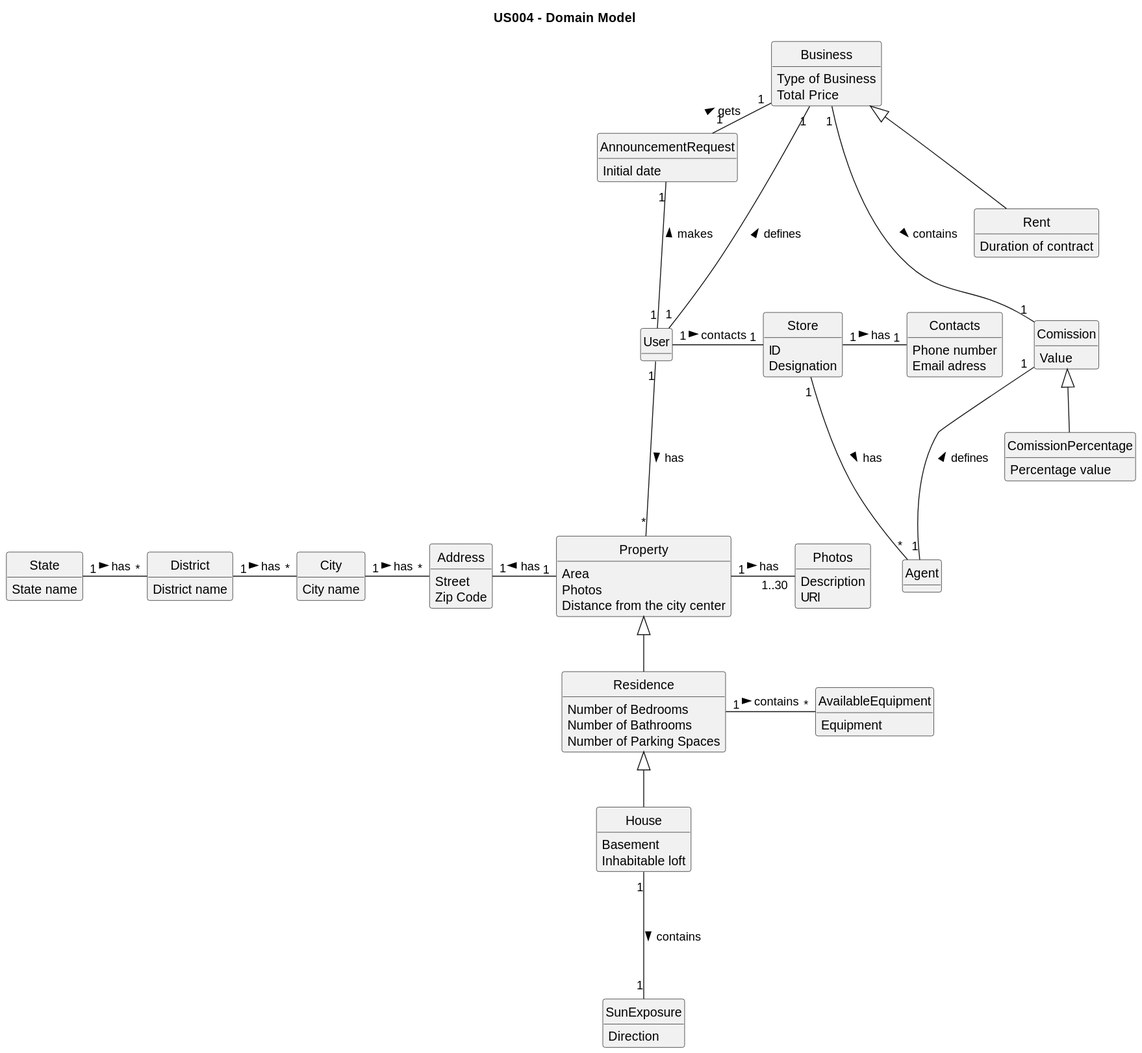
Above: docs/sprintB/US04/02.analysis/svg/us04-domain-model.svg in PureNimble/ISEP-LAPR2 (PlantUML), before the change.
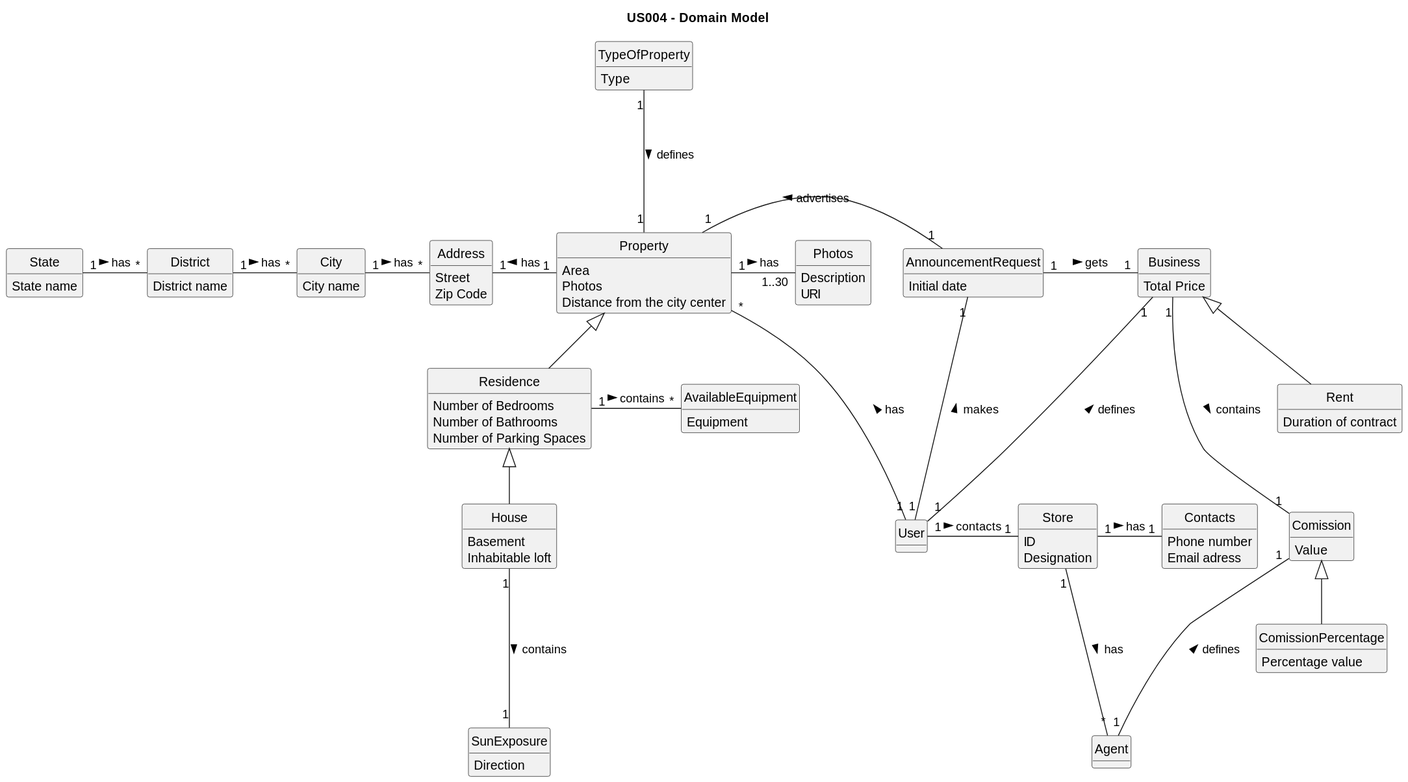
After the commit.

The edit, as a diff of the source:
```diff
@@ -48,6 +48,10 @@
 
 class AnnouncementRequest
 
+class TypeOfProperty{
+    Type
+}
+
 class City {
     City name
 }
@@ -92,7 +96,6 @@
 }
 
 class Business {
-    Type of Business
     Total Price
 }
 
@@ -150,6 +153,7 @@
 Business <|-- Rent
 Property "1" -right-- "1..30" Photos: has >
 User "1" -left-- "1" AnnouncementRequest: makes >
-Business "1" -right-- "1" AnnouncementRequest: gets <
-
+Business "1" -left-- "1" AnnouncementRequest: gets <
+AnnouncementRequest "1" -left-- "1" Property: advertises >
+TypeOfProperty "1" -down-- "1" Property: defines >
 @enduml
```
